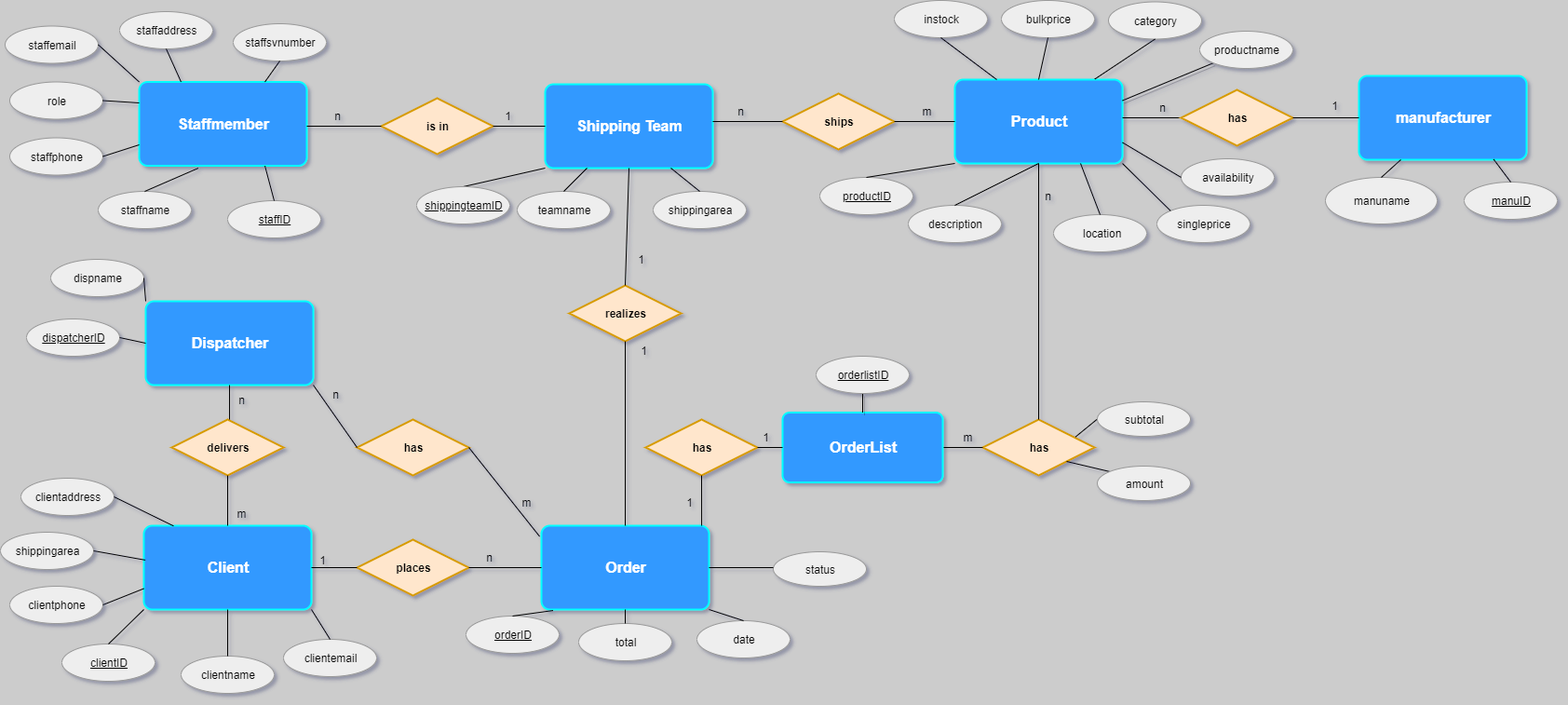
The draw.io diagram re_diagram.png in CodeFactoryWien/WF-Java-05, before a commit. Source tidied: cells renumbered, new cells last; positions are measured from the earlier drawing's top-left corner, leaving out a move shared by most shapes.
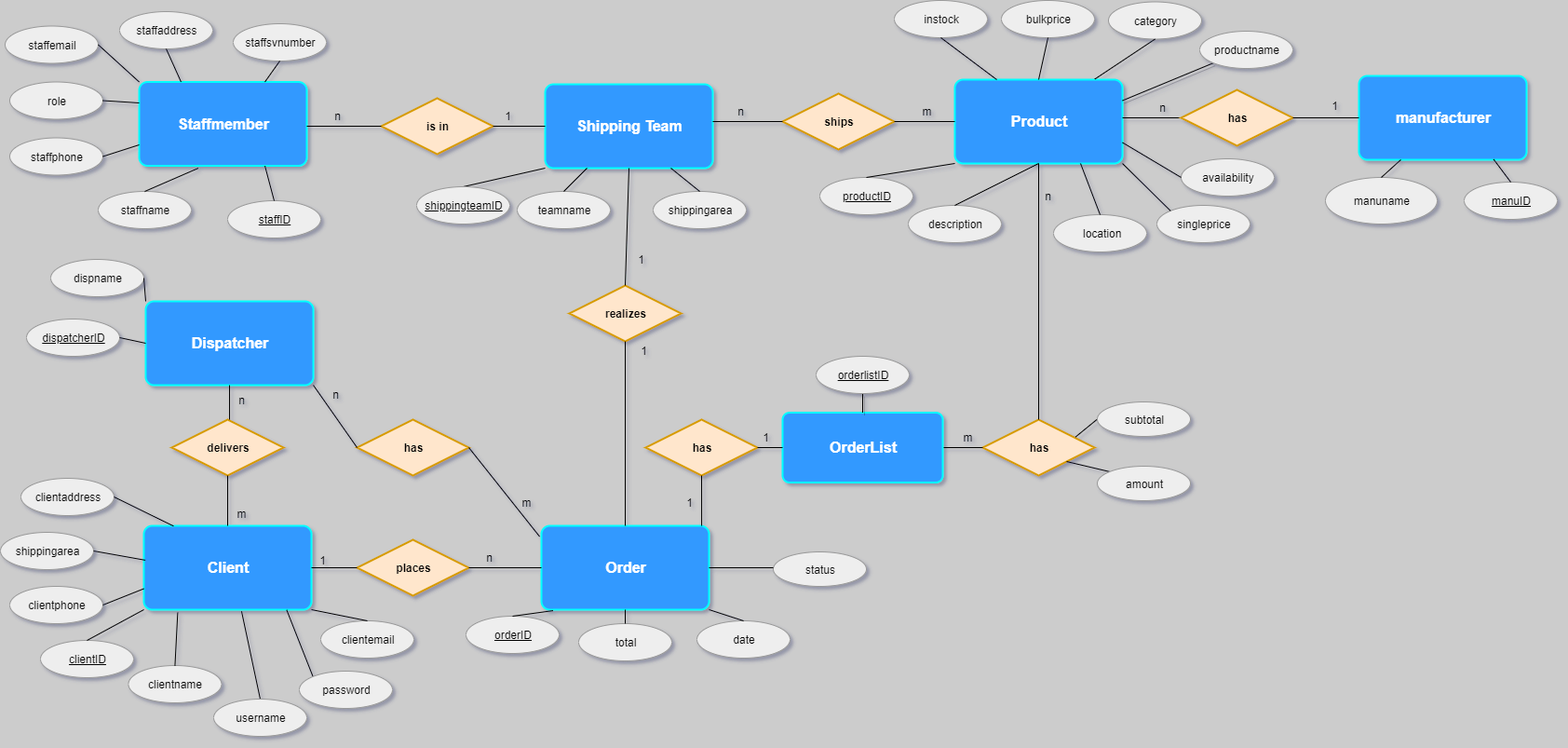
Above is the later version.

The edit, as a diff of the source:
```diff
@@ -60,16 +60,16 @@
       <mxGeometry x="154" y="564" width="180" height="90" as="geometry" />
     </mxCell>
     <mxCell id="21" value="&lt;u&gt;clientID&lt;/u&gt;" style="ellipse;whiteSpace=wrap;html=1;align=center;shadow=0;strokeColor=#999999;fillColor=#eeeeee;fixDash=0;" parent="1" vertex="1">
-      <mxGeometry x="66" y="691" width="100" height="40" as="geometry" />
+      <mxGeometry x="43" y="687" width="100" height="40" as="geometry" />
     </mxCell>
     <mxCell id="22" value="clientname" style="ellipse;whiteSpace=wrap;html=1;align=center;shadow=0;strokeColor=#999999;fillColor=#eeeeee;fixDash=0;" parent="1" vertex="1">
-      <mxGeometry x="194" y="704" width="100" height="40" as="geometry" />
+      <mxGeometry x="137.4" y="714" width="100" height="40" as="geometry" />
     </mxCell>
     <mxCell id="23" value="clientaddress" style="ellipse;whiteSpace=wrap;html=1;align=center;shadow=0;strokeColor=#999999;fillColor=#eeeeee;fixDash=0;" parent="1" vertex="1">
       <mxGeometry x="22" y="513" width="100" height="40" as="geometry" />
     </mxCell>
     <mxCell id="24" value="clientemail" style="ellipse;whiteSpace=wrap;html=1;align=center;shadow=0;strokeColor=#999999;fillColor=#eeeeee;fixDash=0;" parent="1" vertex="1">
-      <mxGeometry x="304" y="686" width="100" height="40" as="geometry" />
+      <mxGeometry x="344" y="666" width="100" height="40" as="geometry" />
     </mxCell>
     <mxCell id="25" value="clientphone" style="ellipse;whiteSpace=wrap;html=1;align=center;shadow=0;strokeColor=#999999;fillColor=#eeeeee;fixDash=0;" parent="1" vertex="1">
       <mxGeometry x="10" y="629" width="100" height="40" as="geometry" />
@@ -206,7 +206,7 @@
     <mxCell id="67" value="realizes" style="shape=rhombus;perimeter=rhombusPerimeter;whiteSpace=wrap;html=1;align=center;strokeColor=#d79b00;strokeWidth=2;fillColor=#ffe6cc;fontStyle=1;fixDash=0;shadow=0;" parent="1" vertex="1">
       <mxGeometry x="611" y="306" width="120" height="60" as="geometry" />
     </mxCell>
-    <mxCell id="68" style="endArrow=none;html=1;rounded=0;exitX=0.5;exitY=1;exitDx=0;exitDy=0;entryX=0.5;entryY=0;entryDx=0;entryDy=0;fixDash=0;shadow=0;" parent="1" edge="1" source="20" target="22">
+    <mxCell id="68" style="endArrow=none;html=1;rounded=0;exitX=0.202;exitY=1.035;exitDx=0;exitDy=0;entryX=0.5;entryY=0;entryDx=0;entryDy=0;fixDash=0;shadow=0;exitPerimeter=0;" parent="1" edge="1" source="20" target="22">
       <mxGeometry relative="1" as="geometry" />
     </mxCell>
     <mxCell id="69" style="endArrow=none;html=1;rounded=0;entryX=0.5;entryY=0;entryDx=0;entryDy=0;exitX=0.5;exitY=1;exitDx=0;exitDy=0;fixDash=0;shadow=0;" parent="1" edge="1" source="13" target="67">
@@ -385,5 +385,17 @@
     <mxCell id="126" value="amount" style="ellipse;whiteSpace=wrap;html=1;align=center;shadow=0;strokeColor=#999999;fillColor=#eeeeee;fixDash=0;" parent="1" vertex="1">
       <mxGeometry x="1178" y="500" width="100" height="37" as="geometry" />
     </mxCell>
+    <mxCell id="127" style="edgeStyle=none;rounded=0;jettySize=auto;html=1;exitX=0.5;exitY=0;exitDx=0;exitDy=0;entryX=0.583;entryY=1.019;entryDx=0;entryDy=0;entryPerimeter=0;endArrow=none;endFill=0;" parent="1" edge="1" source="128" target="20">
+      <mxGeometry relative="1" as="geometry" />
+    </mxCell>
+    <mxCell id="128" value="username" style="ellipse;whiteSpace=wrap;html=1;align=center;shadow=0;strokeColor=#999999;fillColor=#eeeeee;fixDash=0;" parent="1" vertex="1">
+      <mxGeometry x="229" y="750" width="100" height="40" as="geometry" />
+    </mxCell>
+    <mxCell id="129" style="edgeStyle=none;rounded=0;jettySize=auto;html=1;exitX=0;exitY=0;exitDx=0;exitDy=0;entryX=0.852;entryY=1.003;entryDx=0;entryDy=0;entryPerimeter=0;endArrow=none;endFill=0;" parent="1" edge="1" source="130" target="20">
+      <mxGeometry relative="1" as="geometry" />
+    </mxCell>
+    <mxCell id="130" value="password" style="ellipse;whiteSpace=wrap;html=1;align=center;shadow=0;strokeColor=#999999;fillColor=#eeeeee;fixDash=0;" parent="1" vertex="1">
+      <mxGeometry x="321" y="720" width="100" height="40" as="geometry" />
+    </mxCell>
   </root>
 </mxGraphModel>
```
